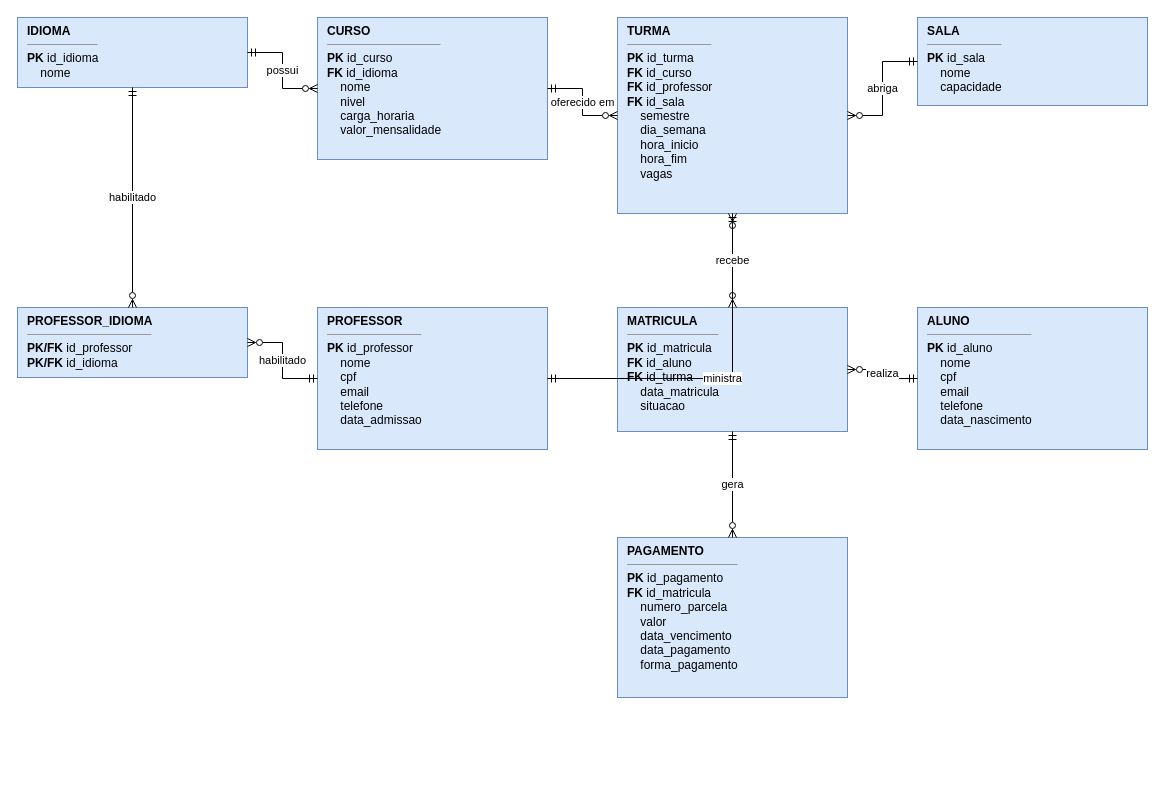
Earlier version of the draw.io diagram page "DER" (1 of 2) of diagramas/escola-idiomas.drawio (ArthurVenturaza/A3-banco-de-dados). Source tidied: cells renumbered, new cells numbered last; positions are measured from the earlier drawing's top-left corner, leaving out a move shared by most shapes. Both pictures are drawn from the tidied source at 100%, with x=0, y=0 at pixel (17, 17).
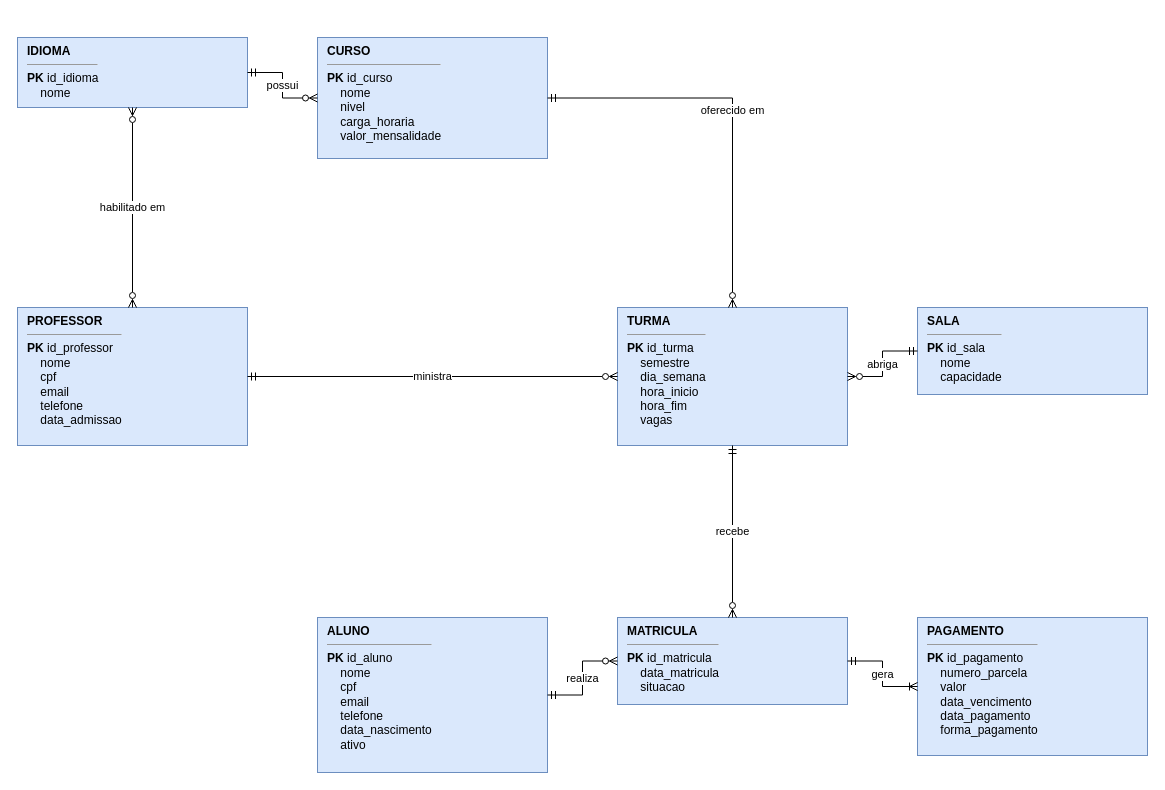
The same diagram, later.

The edit, as a diff of the source:
```diff
@@
 <mxGraphModel>
   <root>
     <mxCell id="0" />
     <mxCell id="1" parent="0" />
     <mxCell id="2" value="&lt;b&gt;IDIOMA&lt;/b&gt;&lt;hr size='1'/&gt;&lt;b&gt;PK&lt;/b&gt; id_idioma&lt;br/&gt;&amp;nbsp;&amp;nbsp;&amp;nbsp;&amp;nbsp;nome" style="rounded=0;whiteSpace=wrap;html=1;align=left;verticalAlign=top;spacingLeft=8;fillColor=#dae8fc;strokeColor=#6c8ebf;fontSize=12;" parent="1" vertex="1">
-      <mxGeometry width="230" height="70" as="geometry" />
+      <mxGeometry y="20" width="230" height="70" as="geometry" />
     </mxCell>
-    <mxCell id="3" value="&lt;b&gt;CURSO&lt;/b&gt;&lt;hr size='1'/&gt;&lt;b&gt;PK&lt;/b&gt; id_curso&lt;br/&gt;&lt;b&gt;FK&lt;/b&gt; id_idioma&lt;br/&gt;&amp;nbsp;&amp;nbsp;&amp;nbsp;&amp;nbsp;nome&lt;br/&gt;&amp;nbsp;&amp;nbsp;&amp;nbsp;&amp;nbsp;nivel&lt;br/&gt;&amp;nbsp;&amp;nbsp;&amp;nbsp;&amp;nbsp;carga_horaria&lt;br/&gt;&amp;nbsp;&amp;nbsp;&amp;nbsp;&amp;nbsp;valor_mensalidade" style="rounded=0;whiteSpace=wrap;html=1;align=left;verticalAlign=top;spacingLeft=8;fillColor=#dae8fc;strokeColor=#6c8ebf;fontSize=12;" parent="1" vertex="1">
-      <mxGeometry x="300" width="230" height="142" as="geometry" />
+    <mxCell id="3" value="&lt;b&gt;CURSO&lt;/b&gt;&lt;hr size='1'/&gt;&lt;b&gt;PK&lt;/b&gt; id_curso&lt;br/&gt;&amp;nbsp;&amp;nbsp;&amp;nbsp;&amp;nbsp;nome&lt;br/&gt;&amp;nbsp;&amp;nbsp;&amp;nbsp;&amp;nbsp;nivel&lt;br/&gt;&amp;nbsp;&amp;nbsp;&amp;nbsp;&amp;nbsp;carga_horaria&lt;br/&gt;&amp;nbsp;&amp;nbsp;&amp;nbsp;&amp;nbsp;valor_mensalidade" style="rounded=0;whiteSpace=wrap;html=1;align=left;verticalAlign=top;spacingLeft=8;fillColor=#dae8fc;strokeColor=#6c8ebf;fontSize=12;" parent="1" vertex="1">
+      <mxGeometry x="300" y="20" width="230" height="121" as="geometry" />
     </mxCell>
+    <mxCell id="7" value="&lt;b&gt;PROFESSOR&lt;/b&gt;&lt;hr size='1'/&gt;&lt;b&gt;PK&lt;/b&gt; id_professor&lt;br/&gt;&amp;nbsp;&amp;nbsp;&amp;nbsp;&amp;nbsp;nome&lt;br/&gt;&amp;nbsp;&amp;nbsp;&amp;nbsp;&amp;nbsp;cpf&lt;br/&gt;&amp;nbsp;&amp;nbsp;&amp;nbsp;&amp;nbsp;email&lt;br/&gt;&amp;nbsp;&amp;nbsp;&amp;nbsp;&amp;nbsp;telefone&lt;br/&gt;&amp;nbsp;&amp;nbsp;&amp;nbsp;&amp;nbsp;data_admissao" style="rounded=0;whiteSpace=wrap;html=1;align=left;verticalAlign=top;spacingLeft=8;fillColor=#dae8fc;strokeColor=#6c8ebf;fontSize=12;" parent="1" vertex="1">
+      <mxGeometry y="290" width="230" height="138" as="geometry" />
+    </mxCell>
+    <mxCell id="5" value="&lt;b&gt;SALA&lt;/b&gt;&lt;hr size='1'/&gt;&lt;b&gt;PK&lt;/b&gt; id_sala&lt;br/&gt;&amp;nbsp;&amp;nbsp;&amp;nbsp;&amp;nbsp;nome&lt;br/&gt;&amp;nbsp;&amp;nbsp;&amp;nbsp;&amp;nbsp;capacidade" style="rounded=0;whiteSpace=wrap;html=1;align=left;verticalAlign=top;spacingLeft=8;fillColor=#dae8fc;strokeColor=#6c8ebf;fontSize=12;" parent="1" vertex="1">
+      <mxGeometry x="900" y="290" width="230" height="87" as="geometry" />
+    </mxCell>
-    <mxCell id="4" value="&lt;b&gt;TURMA&lt;/b&gt;&lt;hr size='1'/&gt;&lt;b&gt;PK&lt;/b&gt; id_turma&lt;br/&gt;&lt;b&gt;FK&lt;/b&gt; id_curso&lt;br/&gt;&lt;b&gt;FK&lt;/b&gt; id_professor&lt;br/&gt;&lt;b&gt;FK&lt;/b&gt; id_sala&lt;br/&gt;&amp;nbsp;&amp;nbsp;&amp;nbsp;&amp;nbsp;semestre&lt;br/&gt;&amp;nbsp;&amp;nbsp;&amp;nbsp;&amp;nbsp;dia_semana&lt;br/&gt;&amp;nbsp;&amp;nbsp;&amp;nbsp;&amp;nbsp;hora_inicio&lt;br/&gt;&amp;nbsp;&amp;nbsp;&amp;nbsp;&amp;nbsp;hora_fim&lt;br/&gt;&amp;nbsp;&amp;nbsp;&amp;nbsp;&amp;nbsp;vagas" style="rounded=0;whiteSpace=wrap;html=1;align=left;verticalAlign=top;spacingLeft=8;fillColor=#dae8fc;strokeColor=#6c8ebf;fontSize=12;" parent="1" vertex="1">
-      <mxGeometry x="600" width="230" height="196" as="geometry" />
+    <mxCell id="4" value="&lt;b&gt;TURMA&lt;/b&gt;&lt;hr size='1'/&gt;&lt;b&gt;PK&lt;/b&gt; id_turma&lt;br/&gt;&amp;nbsp;&amp;nbsp;&amp;nbsp;&amp;nbsp;semestre&lt;br/&gt;&amp;nbsp;&amp;nbsp;&amp;nbsp;&amp;nbsp;dia_semana&lt;br/&gt;&amp;nbsp;&amp;nbsp;&amp;nbsp;&amp;nbsp;hora_inicio&lt;br/&gt;&amp;nbsp;&amp;nbsp;&amp;nbsp;&amp;nbsp;hora_fim&lt;br/&gt;&amp;nbsp;&amp;nbsp;&amp;nbsp;&amp;nbsp;vagas" style="rounded=0;whiteSpace=wrap;html=1;align=left;verticalAlign=top;spacingLeft=8;fillColor=#dae8fc;strokeColor=#6c8ebf;fontSize=12;" parent="1" vertex="1">
+      <mxGeometry x="600" y="290" width="230" height="138" as="geometry" />
     </mxCell>
-    <mxCell id="5" value="&lt;b&gt;SALA&lt;/b&gt;&lt;hr size='1'/&gt;&lt;b&gt;PK&lt;/b&gt; id_sala&lt;br/&gt;&amp;nbsp;&amp;nbsp;&amp;nbsp;&amp;nbsp;nome&lt;br/&gt;&amp;nbsp;&amp;nbsp;&amp;nbsp;&amp;nbsp;capacidade" style="rounded=0;whiteSpace=wrap;html=1;align=left;verticalAlign=top;spacingLeft=8;fillColor=#dae8fc;strokeColor=#6c8ebf;fontSize=12;" parent="1" vertex="1">
-      <mxGeometry x="900" width="230" height="88" as="geometry" />
-    </mxCell>
-    <mxCell id="6" value="&lt;b&gt;PROFESSOR_IDIOMA&lt;/b&gt;&lt;hr size='1'/&gt;&lt;b&gt;PK/FK&lt;/b&gt; id_professor&lt;br/&gt;&lt;b&gt;PK/FK&lt;/b&gt; id_idioma" style="rounded=0;whiteSpace=wrap;html=1;align=left;verticalAlign=top;spacingLeft=8;fillColor=#dae8fc;strokeColor=#6c8ebf;fontSize=12;" parent="1" vertex="1">
-      <mxGeometry y="290" width="230" height="70" as="geometry" />
-    </mxCell>
-    <mxCell id="7" value="&lt;b&gt;PROFESSOR&lt;/b&gt;&lt;hr size='1'/&gt;&lt;b&gt;PK&lt;/b&gt; id_professor&lt;br/&gt;&amp;nbsp;&amp;nbsp;&amp;nbsp;&amp;nbsp;nome&lt;br/&gt;&amp;nbsp;&amp;nbsp;&amp;nbsp;&amp;nbsp;cpf&lt;br/&gt;&amp;nbsp;&amp;nbsp;&amp;nbsp;&amp;nbsp;email&lt;br/&gt;&amp;nbsp;&amp;nbsp;&amp;nbsp;&amp;nbsp;telefone&lt;br/&gt;&amp;nbsp;&amp;nbsp;&amp;nbsp;&amp;nbsp;data_admissao" style="rounded=0;whiteSpace=wrap;html=1;align=left;verticalAlign=top;spacingLeft=8;fillColor=#dae8fc;strokeColor=#6c8ebf;fontSize=12;" parent="1" vertex="1">
-      <mxGeometry x="300" y="290" width="230" height="142" as="geometry" />
-    </mxCell>
+    <mxCell id="9" value="&lt;b&gt;ALUNO&lt;/b&gt;&lt;hr size='1'/&gt;&lt;b&gt;PK&lt;/b&gt; id_aluno&lt;br/&gt;&amp;nbsp;&amp;nbsp;&amp;nbsp;&amp;nbsp;nome&lt;br/&gt;&amp;nbsp;&amp;nbsp;&amp;nbsp;&amp;nbsp;cpf&lt;br/&gt;&amp;nbsp;&amp;nbsp;&amp;nbsp;&amp;nbsp;email&lt;br/&gt;&amp;nbsp;&amp;nbsp;&amp;nbsp;&amp;nbsp;telefone&lt;br/&gt;&amp;nbsp;&amp;nbsp;&amp;nbsp;&amp;nbsp;data_nascimento&lt;br/&gt;&amp;nbsp;&amp;nbsp;&amp;nbsp;&amp;nbsp;ativo" style="rounded=0;whiteSpace=wrap;html=1;align=left;verticalAlign=top;spacingLeft=8;fillColor=#dae8fc;strokeColor=#6c8ebf;fontSize=12;" parent="1" vertex="1">
+      <mxGeometry x="300" y="600" width="230" height="155" as="geometry" />
+    </mxCell>
-    <mxCell id="8" value="&lt;b&gt;MATRICULA&lt;/b&gt;&lt;hr size='1'/&gt;&lt;b&gt;PK&lt;/b&gt; id_matricula&lt;br/&gt;&lt;b&gt;FK&lt;/b&gt; id_aluno&lt;br/&gt;&lt;b&gt;FK&lt;/b&gt; id_turma&lt;br/&gt;&amp;nbsp;&amp;nbsp;&amp;nbsp;&amp;nbsp;data_matricula&lt;br/&gt;&amp;nbsp;&amp;nbsp;&amp;nbsp;&amp;nbsp;situacao" style="rounded=0;whiteSpace=wrap;html=1;align=left;verticalAlign=top;spacingLeft=8;fillColor=#dae8fc;strokeColor=#6c8ebf;fontSize=12;" parent="1" vertex="1">
-      <mxGeometry x="600" y="290" width="230" height="124" as="geometry" />
+    <mxCell id="8" value="&lt;b&gt;MATRICULA&lt;/b&gt;&lt;hr size='1'/&gt;&lt;b&gt;PK&lt;/b&gt; id_matricula&lt;br/&gt;&amp;nbsp;&amp;nbsp;&amp;nbsp;&amp;nbsp;data_matricula&lt;br/&gt;&amp;nbsp;&amp;nbsp;&amp;nbsp;&amp;nbsp;situacao" style="rounded=0;whiteSpace=wrap;html=1;align=left;verticalAlign=top;spacingLeft=8;fillColor=#dae8fc;strokeColor=#6c8ebf;fontSize=12;" parent="1" vertex="1">
+      <mxGeometry x="600" y="600" width="230" height="87" as="geometry" />
     </mxCell>
-    <mxCell id="9" value="&lt;b&gt;ALUNO&lt;/b&gt;&lt;hr size='1'/&gt;&lt;b&gt;PK&lt;/b&gt; id_aluno&lt;br/&gt;&amp;nbsp;&amp;nbsp;&amp;nbsp;&amp;nbsp;nome&lt;br/&gt;&amp;nbsp;&amp;nbsp;&amp;nbsp;&amp;nbsp;cpf&lt;br/&gt;&amp;nbsp;&amp;nbsp;&amp;nbsp;&amp;nbsp;email&lt;br/&gt;&amp;nbsp;&amp;nbsp;&amp;nbsp;&amp;nbsp;telefone&lt;br/&gt;&amp;nbsp;&amp;nbsp;&amp;nbsp;&amp;nbsp;data_nascimento" style="rounded=0;whiteSpace=wrap;html=1;align=left;verticalAlign=top;spacingLeft=8;fillColor=#dae8fc;strokeColor=#6c8ebf;fontSize=12;" parent="1" vertex="1">
-      <mxGeometry x="900" y="290" width="230" height="142" as="geometry" />
-    </mxCell>
-    <mxCell id="10" value="&lt;b&gt;PAGAMENTO&lt;/b&gt;&lt;hr size='1'/&gt;&lt;b&gt;PK&lt;/b&gt; id_pagamento&lt;br/&gt;&lt;b&gt;FK&lt;/b&gt; id_matricula&lt;br/&gt;&amp;nbsp;&amp;nbsp;&amp;nbsp;&amp;nbsp;numero_parcela&lt;br/&gt;&amp;nbsp;&amp;nbsp;&amp;nbsp;&amp;nbsp;valor&lt;br/&gt;&amp;nbsp;&amp;nbsp;&amp;nbsp;&amp;nbsp;data_vencimento&lt;br/&gt;&amp;nbsp;&amp;nbsp;&amp;nbsp;&amp;nbsp;data_pagamento&lt;br/&gt;&amp;nbsp;&amp;nbsp;&amp;nbsp;&amp;nbsp;forma_pagamento" style="rounded=0;whiteSpace=wrap;html=1;align=left;verticalAlign=top;spacingLeft=8;fillColor=#dae8fc;strokeColor=#6c8ebf;fontSize=12;" parent="1" vertex="1">
-      <mxGeometry x="600" y="520" width="230" height="160" as="geometry" />
+    <mxCell id="10" value="&lt;b&gt;PAGAMENTO&lt;/b&gt;&lt;hr size='1'/&gt;&lt;b&gt;PK&lt;/b&gt; id_pagamento&lt;br/&gt;&amp;nbsp;&amp;nbsp;&amp;nbsp;&amp;nbsp;numero_parcela&lt;br/&gt;&amp;nbsp;&amp;nbsp;&amp;nbsp;&amp;nbsp;valor&lt;br/&gt;&amp;nbsp;&amp;nbsp;&amp;nbsp;&amp;nbsp;data_vencimento&lt;br/&gt;&amp;nbsp;&amp;nbsp;&amp;nbsp;&amp;nbsp;data_pagamento&lt;br/&gt;&amp;nbsp;&amp;nbsp;&amp;nbsp;&amp;nbsp;forma_pagamento" style="rounded=0;whiteSpace=wrap;html=1;align=left;verticalAlign=top;spacingLeft=8;fillColor=#dae8fc;strokeColor=#6c8ebf;fontSize=12;" parent="1" vertex="1">
+      <mxGeometry x="900" y="600" width="230" height="138" as="geometry" />
     </mxCell>
-    <mxCell id="11" value="possui" style="edgeStyle=orthogonalEdgeStyle;rounded=0;html=1;startArrow=ERmandOne;endArrow=ERzeroToMany;startFill=0;endFill=0;" parent="1" edge="1" source="2" target="3">
+    <mxCell id="11" value="possui" style="edgeStyle=orthogonalEdgeStyle;rounded=0;html=1;fontSize=11;startArrow=ERmandOne;endArrow=ERzeroToMany;startFill=0;endFill=0;" parent="1" edge="1" source="2" target="3">
       <mxGeometry relative="1" as="geometry" />
     </mxCell>
-    <mxCell id="12" value="oferecido em" style="edgeStyle=orthogonalEdgeStyle;rounded=0;html=1;startArrow=ERmandOne;endArrow=ERzeroToMany;startFill=0;endFill=0;" parent="1" edge="1" source="3" target="4">
+    <mxCell id="12" value="oferecido em" style="edgeStyle=orthogonalEdgeStyle;rounded=0;html=1;fontSize=11;startArrow=ERmandOne;endArrow=ERzeroToMany;startFill=0;endFill=0;" parent="1" edge="1" source="3" target="4">
       <mxGeometry relative="1" as="geometry" />
     </mxCell>
+    <mxCell id="14" value="ministra" style="edgeStyle=orthogonalEdgeStyle;rounded=0;html=1;fontSize=11;startArrow=ERmandOne;endArrow=ERzeroToMany;startFill=0;endFill=0;" parent="1" edge="1" source="7" target="4">
+      <mxGeometry relative="1" as="geometry" />
+    </mxCell>
-    <mxCell id="13" value="abriga" style="edgeStyle=orthogonalEdgeStyle;rounded=0;html=1;startArrow=ERmandOne;endArrow=ERzeroToMany;startFill=0;endFill=0;" parent="1" edge="1" source="5" target="4">
+    <mxCell id="13" value="abriga" style="edgeStyle=orthogonalEdgeStyle;rounded=0;html=1;fontSize=11;startArrow=ERmandOne;endArrow=ERzeroToMany;startFill=0;endFill=0;" parent="1" edge="1" source="5" target="4">
       <mxGeometry relative="1" as="geometry" />
     </mxCell>
-    <mxCell id="14" value="ministra" style="edgeStyle=orthogonalEdgeStyle;rounded=0;html=1;startArrow=ERmandOne;endArrow=ERzeroToMany;startFill=0;endFill=0;" parent="1" edge="1" source="7" target="4">
-      <mxGeometry relative="1" as="geometry" />
-    </mxCell>
-    <mxCell id="15" value="habilitado" style="edgeStyle=orthogonalEdgeStyle;rounded=0;html=1;startArrow=ERmandOne;endArrow=ERzeroToMany;startFill=0;endFill=0;" parent="1" edge="1" source="7" target="6">
-      <mxGeometry relative="1" as="geometry" />
-    </mxCell>
-    <mxCell id="16" value="habilitado" style="edgeStyle=orthogonalEdgeStyle;rounded=0;html=1;startArrow=ERmandOne;endArrow=ERzeroToMany;startFill=0;endFill=0;" parent="1" edge="1" source="2" target="6">
-      <mxGeometry relative="1" as="geometry" />
-    </mxCell>
+    <mxCell id="20" value="habilitado em" style="edgeStyle=orthogonalEdgeStyle;rounded=0;html=1;fontSize=11;startArrow=ERzeroToMany;endArrow=ERzeroToMany;startFill=0;endFill=0;" parent="1" edge="1" source="7" target="2">
+      <mxGeometry relative="1" as="geometry" />
+    </mxCell>
+    <mxCell id="18" value="realiza" style="edgeStyle=orthogonalEdgeStyle;rounded=0;html=1;fontSize=11;startArrow=ERmandOne;endArrow=ERzeroToMany;startFill=0;endFill=0;" parent="1" edge="1" source="9" target="8">
+      <mxGeometry relative="1" as="geometry" />
+    </mxCell>
-    <mxCell id="17" value="recebe" style="edgeStyle=orthogonalEdgeStyle;rounded=0;html=1;startArrow=ERmandOne;endArrow=ERzeroToMany;startFill=0;endFill=0;" parent="1" edge="1" source="4" target="8">
+    <mxCell id="17" value="recebe" style="edgeStyle=orthogonalEdgeStyle;rounded=0;html=1;fontSize=11;startArrow=ERmandOne;endArrow=ERzeroToMany;startFill=0;endFill=0;" parent="1" edge="1" source="4" target="8">
       <mxGeometry relative="1" as="geometry" />
     </mxCell>
-    <mxCell id="18" value="realiza" style="edgeStyle=orthogonalEdgeStyle;rounded=0;html=1;startArrow=ERmandOne;endArrow=ERzeroToMany;startFill=0;endFill=0;" parent="1" edge="1" source="9" target="8">
-      <mxGeometry relative="1" as="geometry" />
-    </mxCell>
-    <mxCell id="19" value="gera" style="edgeStyle=orthogonalEdgeStyle;rounded=0;html=1;startArrow=ERmandOne;endArrow=ERzeroToMany;startFill=0;endFill=0;" parent="1" edge="1" source="8" target="10">
+    <mxCell id="19" value="gera" style="edgeStyle=orthogonalEdgeStyle;rounded=0;html=1;fontSize=11;startArrow=ERmandOne;endArrow=ERoneToMany;startFill=0;endFill=0;" parent="1" edge="1" source="8" target="10">
       <mxGeometry relative="1" as="geometry" />
     </mxCell>
   </root>
 </mxGraphModel>
```
